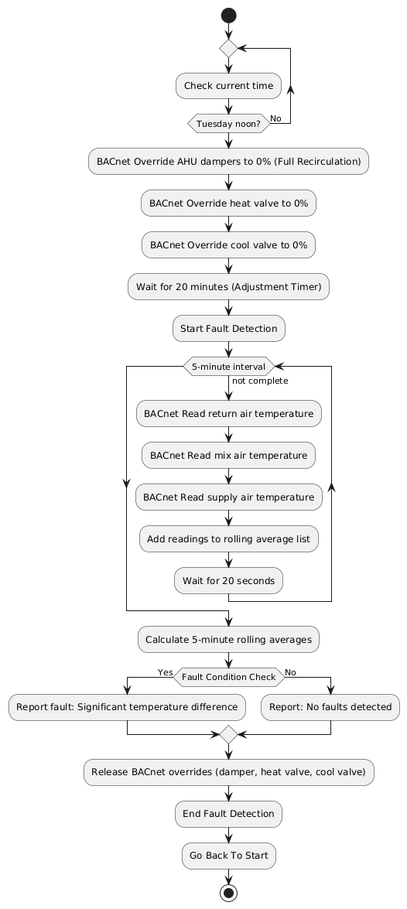
Earlier version of the PlantUML export images/rcx_bot_writeup_activity.png (bbartling/easy-aso). Source of this version:
```plantuml
@startuml
start

repeat
  :Check current time;
repeat while (Tuesday noon?) is (No)

:BACnet Override AHU dampers to 0% (Full Recirculation);
:BACnet Override heat valve to 0%;
:BACnet Override cool valve to 0%;
:Wait for 20 minutes (Adjustment Timer);
:Start Fault Detection;

while (5-minute interval) is (not complete)
  :BACnet Read return air temperature;
  :BACnet Read mix air temperature;
  :BACnet Read supply air temperature;
  :Add readings to rolling average list;
  :Wait for 20 seconds;
endwhile

:Calculate 5-minute rolling averages;
if (Fault Condition Check) then (Yes)
  :Report fault: Significant temperature difference;
else (No)
  :Report: No faults detected;
endif

:Release BACnet overrides (damper, heat valve, cool valve);
:End Fault Detection;
:Go Back To Start;
stop
@enduml
```
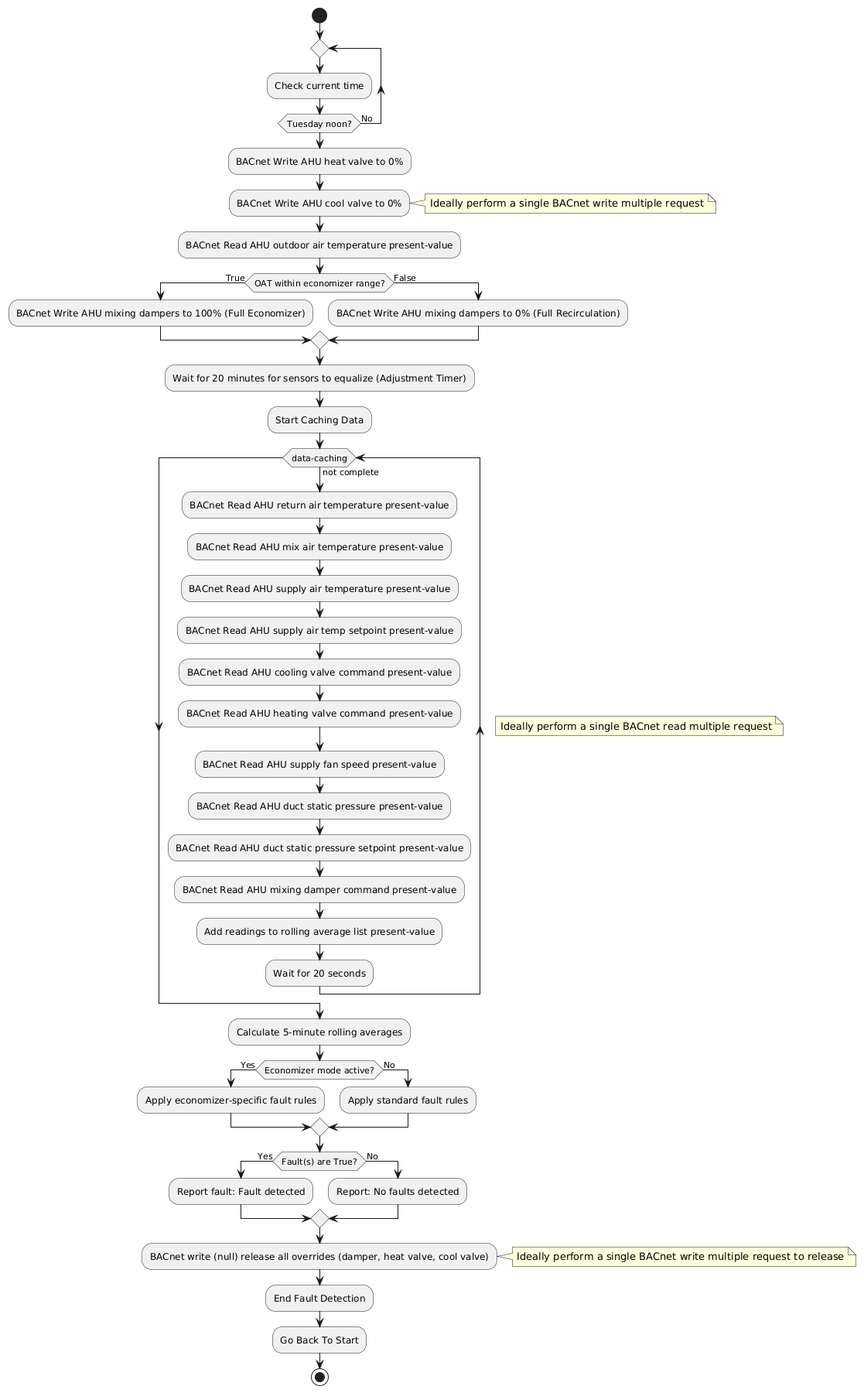
Above is the later version.

Commit message:
rcx bot updates not tested

Change to the diagram source:
```diff
@@ -5,29 +5,56 @@
   :Check current time;
 repeat while (Tuesday noon?) is (No)
 
-:BACnet Override AHU dampers to 0% (Full Recirculation);
-:BACnet Override heat valve to 0%;
-:BACnet Override cool valve to 0%;
-:Wait for 20 minutes (Adjustment Timer);
-:Start Fault Detection;
+:BACnet Write AHU heat valve to 0%;
+:BACnet Write AHU cool valve to 0%;
+note right: Ideally perform a single BACnet write multiple request
+:BACnet Read AHU outdoor air temperature present-value;
 
-while (5-minute interval) is (not complete)
-  :BACnet Read return air temperature;
-  :BACnet Read mix air temperature;
-  :BACnet Read supply air temperature;
-  :Add readings to rolling average list;
+
+if (OAT within economizer range?) then (True)
+  :BACnet Write AHU mixing dampers to 100% (Full Economizer);
+else (False)
+  :BACnet Write AHU mixing dampers to 0% (Full Recirculation);
+endif
+
+
+:Wait for 20 minutes for sensors to equalize (Adjustment Timer);
+:Start Caching Data;
+
+while (data-caching) is (not complete)
+  note right: Ideally perform a single BACnet read multiple request
+  :BACnet Read AHU return air temperature present-value;
+  :BACnet Read AHU mix air temperature present-value;
+  :BACnet Read AHU supply air temperature present-value;
+  :BACnet Read AHU supply air temp setpoint present-value;
+  :BACnet Read AHU cooling valve command present-value;
+  :BACnet Read AHU heating valve command present-value;
+  :BACnet Read AHU supply fan speed present-value;
+  :BACnet Read AHU duct static pressure present-value;
+  :BACnet Read AHU duct static pressure setpoint present-value;
+  :BACnet Read AHU mixing damper command present-value;
+  :Add readings to rolling average list present-value;
   :Wait for 20 seconds;
 endwhile
 
 :Calculate 5-minute rolling averages;
-if (Fault Condition Check) then (Yes)
-  :Report fault: Significant temperature difference;
+
+if (Economizer mode active?) then (Yes)
+  :Apply economizer-specific fault rules;
+else (No)
+  :Apply standard fault rules;
+endif
+
+if (Fault(s) are True?) then (Yes)
+  :Report fault: Fault detected;
 else (No)
   :Report: No faults detected;
 endif
 
-:Release BACnet overrides (damper, heat valve, cool valve);
+:BACnet write (null) release all overrides (damper, heat valve, cool valve);
+note right: Ideally perform a single BACnet write multiple request to release
 :End Fault Detection;
 :Go Back To Start;
+
 stop
 @enduml
```
